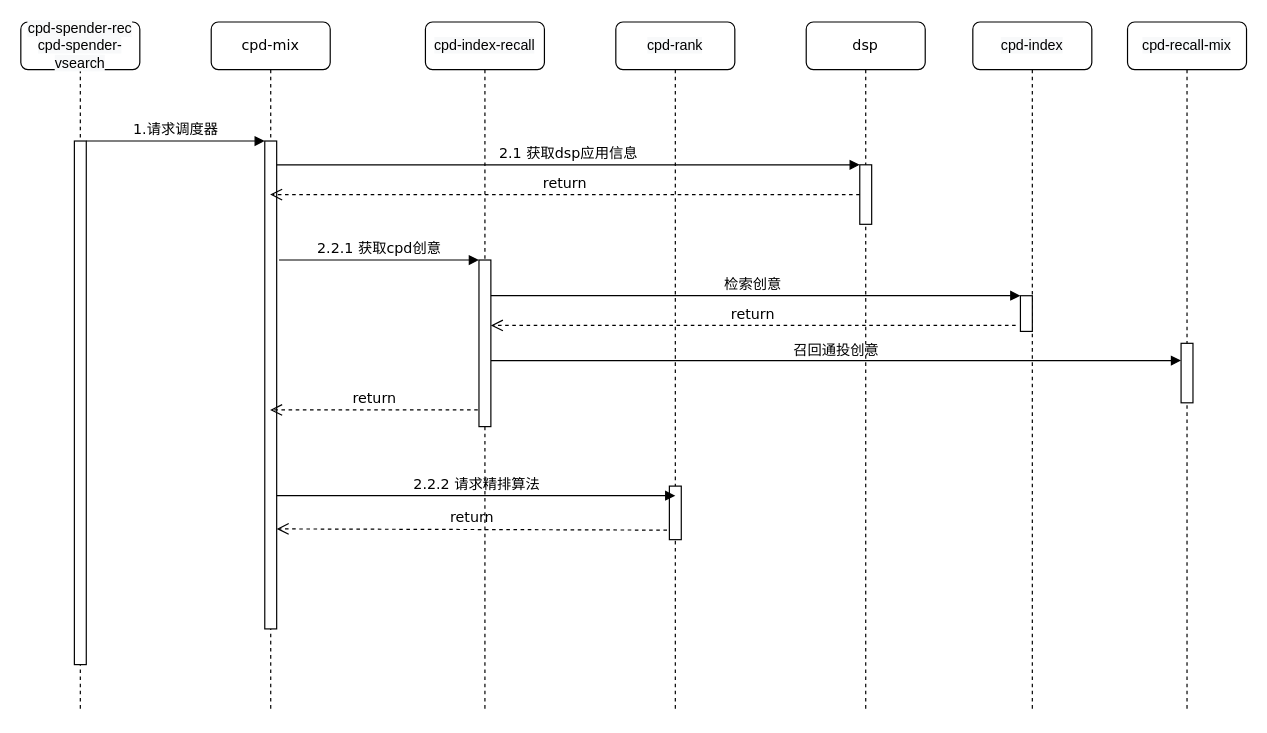
The draw.io diagram page "Page-1" (1 of 2) of Untitled Diagram.drawio in feelflyer/MyGit, before the edit. Source tidied: cells renumbered, new cells numbered last; positions are measured from the earlier drawing's top-left corner, leaving out a move shared by most shapes. Both pictures are drawn from the tidied source at 119%, with x=0, y=0 at pixel (20, 21).
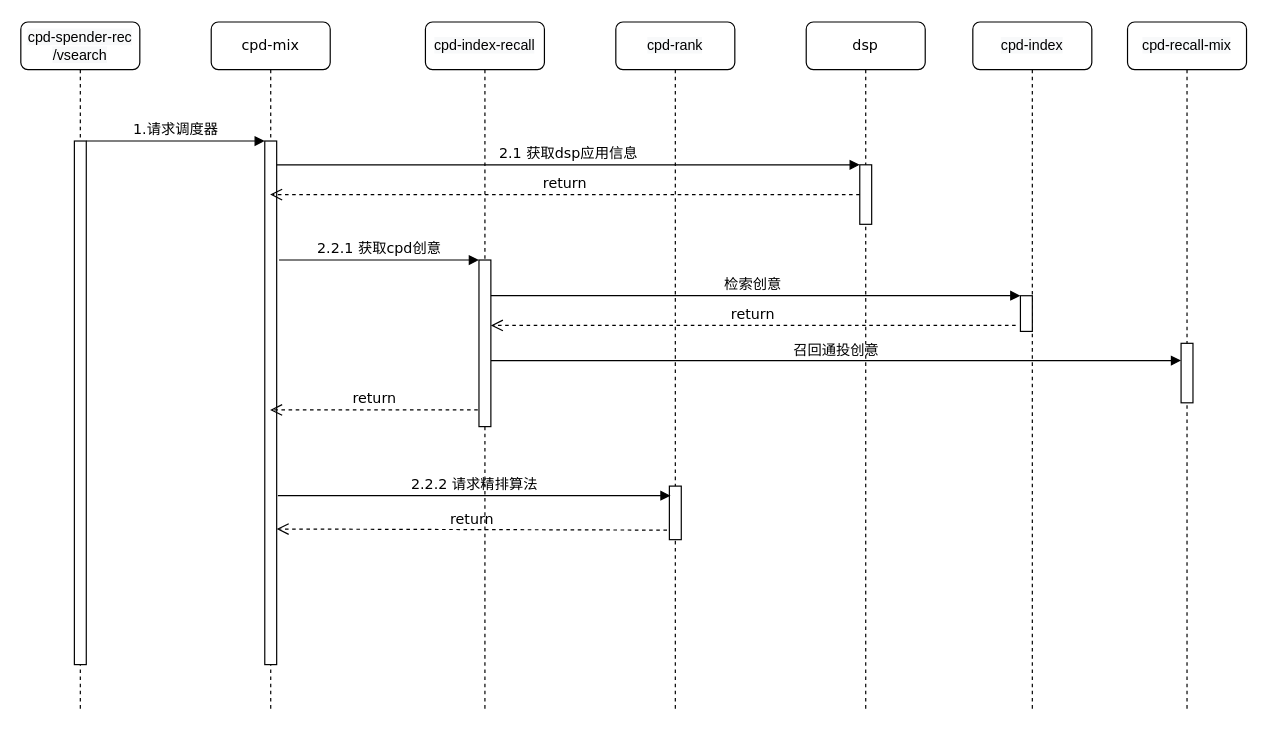
After the change.

The change refers to these unchanged cells:
```xml
<mxCell id="2" value="cpd-mix" style="shape=umlLifeline;perimeter=lifelinePerimeter;whiteSpace=wrap;html=1;outlineConnect=0;rounded=1;shadow=0;comic=0;labelBackgroundColor=none;strokeWidth=1;fontFamily=Verdana;fontSize=12;align=center;" parent="1" vertex="1">
  <mxGeometry x="160" width="100" height="580" as="geometry" />
</mxCell>
<mxCell id="8" style="html=1;points=[];perimeter=orthogonalPerimeter;rounded=0;shadow=0;comic=0;labelBackgroundColor=none;strokeWidth=1;fontFamily=Verdana;fontSize=12;align=center;" parent="7" vertex="1">
  <mxGeometry x="45" y="390" width="10" height="45" as="geometry" />
</mxCell>
```

The edit, as a diff of the source:
```diff
@@
     <mxCell id="3" style="html=1;points=[];perimeter=orthogonalPerimeter;rounded=0;shadow=0;comic=0;labelBackgroundColor=none;strokeWidth=1;fontFamily=Verdana;fontSize=12;align=center;" parent="2" vertex="1">
-      <mxGeometry x="45" y="100" width="10" height="410" as="geometry" />
+      <mxGeometry x="45" y="100" width="10" height="440" as="geometry" />
     </mxCell>
@@
-    <mxCell id="14" value="&lt;div&gt;&lt;span style=&quot;color: rgb(0 , 0 , 0) ; font-family: &amp;#34;helvetica&amp;#34; ; font-size: 12px ; font-style: normal ; font-weight: 400 ; letter-spacing: normal ; text-align: center ; text-indent: 0px ; text-transform: none ; word-spacing: 0px ; background-color: rgb(248 , 249 , 250) ; display: inline ; float: none&quot;&gt;cpd-spender-rec&lt;/span&gt;&lt;/div&gt;&lt;div&gt;&lt;span style=&quot;color: rgb(0 , 0 , 0) ; font-family: &amp;#34;helvetica&amp;#34; ; font-size: 12px ; font-style: normal ; font-weight: 400 ; letter-spacing: normal ; text-align: center ; text-indent: 0px ; text-transform: none ; word-spacing: 0px ; background-color: rgb(248 , 249 , 250) ; display: inline ; float: none&quot;&gt;cpd-spender-vsearch&lt;/span&gt;&lt;span style=&quot;color: rgb(0 , 0 , 0) ; font-family: &amp;#34;helvetica&amp;#34; ; font-size: 12px ; font-style: normal ; font-weight: 400 ; letter-spacing: normal ; text-align: center ; text-indent: 0px ; text-transform: none ; word-spacing: 0px ; background-color: rgb(248 , 249 , 250) ; display: inline ; float: none&quot;&gt;&lt;/span&gt;&lt;/div&gt;" style="shape=umlLifeline;perimeter=lifelinePerimeter;whiteSpace=wrap;html=1;rounded=1;shadow=0;comic=0;labelBackgroundColor=none;strokeWidth=1;fontFamily=Verdana;fontSize=12;align=center;" parent="1" vertex="1">
+    <mxCell id="14" value="&lt;div&gt;&lt;span style=&quot;color: rgb(0 , 0 , 0) ; font-family: &amp;#34;helvetica&amp;#34; ; font-size: 12px ; font-style: normal ; font-weight: 400 ; letter-spacing: normal ; text-align: center ; text-indent: 0px ; text-transform: none ; word-spacing: 0px ; background-color: rgb(248 , 249 , 250) ; display: inline ; float: none&quot;&gt;cpd-spender-rec&lt;/span&gt;&lt;/div&gt;&lt;div&gt;&lt;span style=&quot;color: rgb(0 , 0 , 0) ; font-family: &amp;#34;helvetica&amp;#34; ; font-size: 12px ; font-style: normal ; font-weight: 400 ; letter-spacing: normal ; text-align: center ; text-indent: 0px ; text-transform: none ; word-spacing: 0px ; background-color: rgb(248 , 249 , 250) ; display: inline ; float: none&quot;&gt;/vsearch&lt;/span&gt;&lt;span style=&quot;color: rgb(0 , 0 , 0) ; font-family: &amp;#34;helvetica&amp;#34; ; font-size: 12px ; font-style: normal ; font-weight: 400 ; letter-spacing: normal ; text-align: center ; text-indent: 0px ; text-transform: none ; word-spacing: 0px ; background-color: rgb(248 , 249 , 250) ; display: inline ; float: none&quot;&gt;&lt;/span&gt;&lt;/div&gt;" style="shape=umlLifeline;perimeter=lifelinePerimeter;whiteSpace=wrap;html=1;rounded=1;shadow=0;comic=0;labelBackgroundColor=none;strokeWidth=1;fontFamily=Verdana;fontSize=12;align=center;" parent="1" vertex="1">
       <mxGeometry width="100" height="580" as="geometry" />
     </mxCell>
@@
-    <mxCell id="16" value="2.2.2 请求精排算法" style="html=1;verticalAlign=bottom;endArrow=block;labelBackgroundColor=none;fontFamily=Verdana;fontSize=12;exitX=1;exitY=0.727;exitDx=0;exitDy=0;exitPerimeter=0;entryX=0.5;entryY=0.178;entryDx=0;entryDy=0;entryPerimeter=0;" parent="1" edge="1" source="3" target="8">
-      <mxGeometry relative="1" as="geometry" />
+    <mxCell id="16" value="2.2.2 请求精排算法" style="html=1;verticalAlign=bottom;endArrow=block;labelBackgroundColor=none;fontFamily=Verdana;fontSize=12;entryX=0.5;entryY=0.178;entryDx=0;entryDy=0;entryPerimeter=0;" parent="1" edge="1">
+      <mxGeometry relative="1" as="geometry">
+        <mxPoint x="216" y="398" as="sourcePoint" />
+        <mxPoint x="546" y="398" as="targetPoint" />
+      </mxGeometry>
     </mxCell>
@@
-    <mxCell id="25" value="return" style="html=1;verticalAlign=bottom;endArrow=open;dashed=1;endSize=8;labelBackgroundColor=none;fontFamily=Verdana;fontSize=12;exitX=-0.2;exitY=0.822;exitDx=0;exitDy=0;exitPerimeter=0;entryX=1;entryY=0.795;entryDx=0;entryDy=0;entryPerimeter=0;" parent="1" edge="1" source="8" target="3">
+    <mxCell id="25" value="return" style="html=1;verticalAlign=bottom;endArrow=open;dashed=1;endSize=8;labelBackgroundColor=none;fontFamily=Verdana;fontSize=12;exitX=-0.2;exitY=0.822;exitDx=0;exitDy=0;exitPerimeter=0;entryX=1;entryY=0.741;entryDx=0;entryDy=0;entryPerimeter=0;" parent="1" edge="1" source="8" target="3">
       <mxGeometry relative="1" as="geometry" />
     </mxCell>
```
